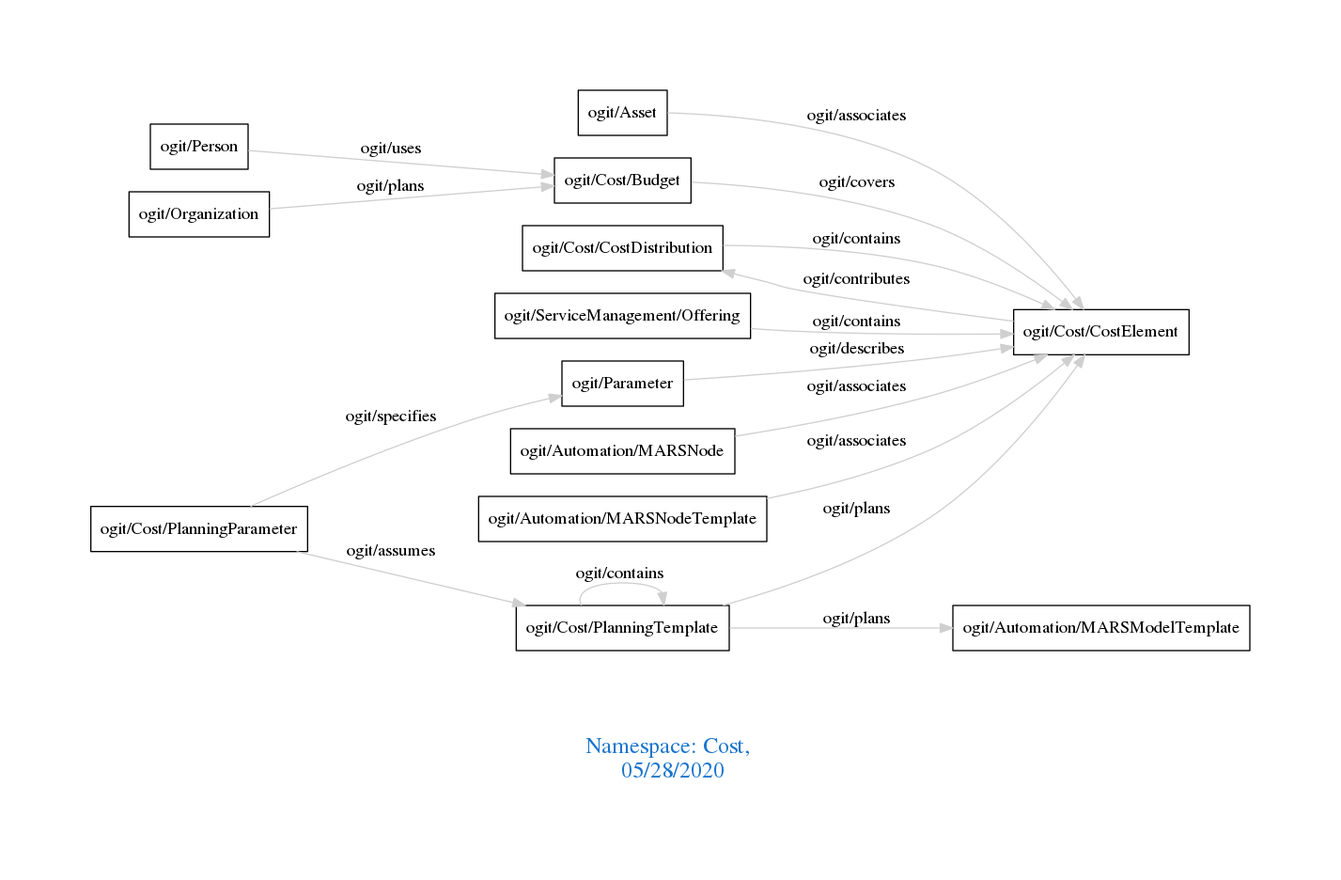
Before: downloads/Cost.png, a diagram exported from Graphviz (arago/OGIT). Its source is kept beside it as downloads/Cost.dot.
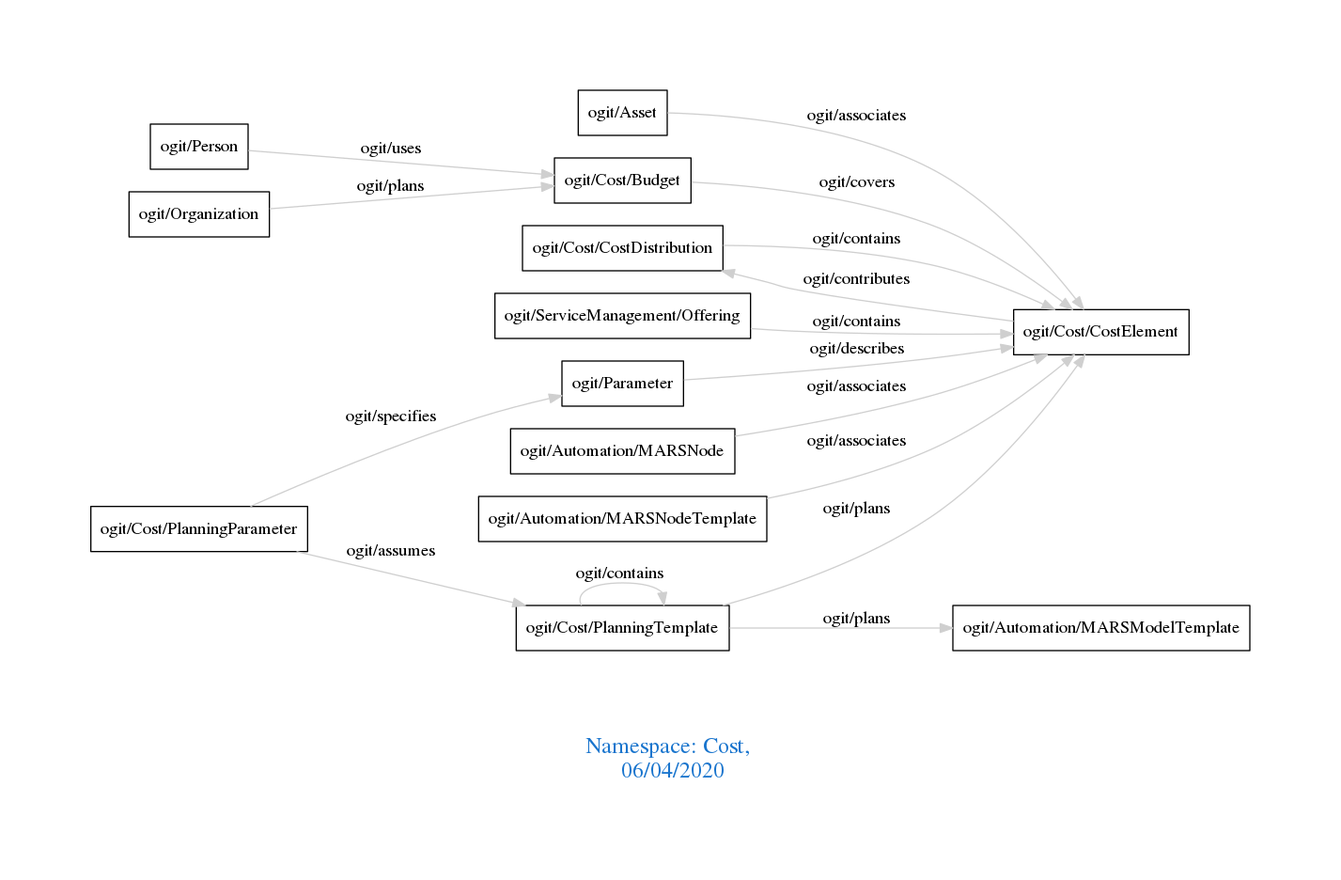
The same diagram one commit later.

The edit, as a diff of the source:
```diff
@@ -1,7 +1,7 @@
 digraph OGIT_ontology {
  graph [ rankdir= LR,pad=1
 fontsize = 18,
-fontcolor= dodgerblue3,label = "\n\n\nNamespace: Cost, \n 05/28/2020"];
+fontcolor= dodgerblue3,label = "\n\n\nNamespace: Cost, \n 06/04/2020"];
 node[shape=polygon];
 edge [  color="gray81"];
 
```
